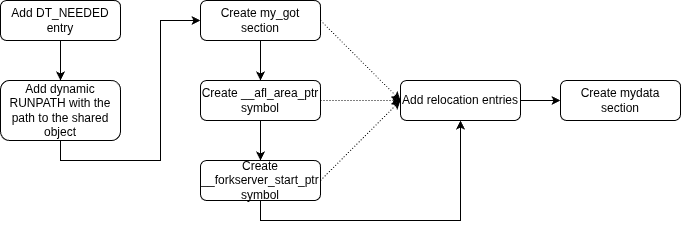
Above: tesi/Images/BinaryModification.png in sk0x53/Tesi (draw.io), before the change. Source tidied: cells renumbered, new cells last; positions are measured from the earlier drawing's top-left corner, leaving out a move shared by most shapes. Its diagram source:
```xml
<mxGraphModel>
  <root>
    <mxCell id="0" />
    <mxCell id="1" parent="0" />
    <mxCell id="2" value="Add DT_NEEDED entry" style="rounded=1;whiteSpace=wrap;html=1;" parent="1" vertex="1">
      <mxGeometry width="120" height="40" as="geometry" />
    </mxCell>
    <mxCell id="3" value="Add dynamic RUNPATH with the path to the shared object" style="rounded=1;whiteSpace=wrap;html=1;" parent="1" vertex="1">
      <mxGeometry y="80" width="120" height="60" as="geometry" />
    </mxCell>
    <mxCell id="4" value="Create my_got section" style="rounded=1;whiteSpace=wrap;html=1;" parent="1" vertex="1">
      <mxGeometry x="200" width="120" height="40" as="geometry" />
    </mxCell>
    <mxCell id="5" value="Create __afl_area_ptr symbol" style="rounded=1;whiteSpace=wrap;html=1;" parent="1" vertex="1">
      <mxGeometry x="200" y="80" width="120" height="40" as="geometry" />
    </mxCell>
    <mxCell id="6" value="Create __forkserver_start_ptr symbol" style="rounded=1;whiteSpace=wrap;html=1;" parent="1" vertex="1">
      <mxGeometry x="200" y="160" width="120" height="40" as="geometry" />
    </mxCell>
    <mxCell id="7" style="endArrow=classic;html=1;rounded=0;exitX=0.5;exitY=1;exitDx=0;exitDy=0;entryX=0.5;entryY=0;entryDx=0;entryDy=0;" parent="1" edge="1" source="2" target="3">
      <mxGeometry relative="1" as="geometry" />
    </mxCell>
    <mxCell id="8" style="endArrow=classic;html=1;rounded=0;entryX=0;entryY=0.5;entryDx=0;entryDy=0;exitX=0.5;exitY=1;exitDx=0;exitDy=0;" parent="1" edge="1" source="3" target="4">
      <mxGeometry relative="1" as="geometry">
        <Array as="points">
          <mxPoint x="60" y="160" />
          <mxPoint x="160" y="160" />
          <mxPoint x="160" y="20" />
        </Array>
      </mxGeometry>
    </mxCell>
    <mxCell id="9" style="endArrow=classic;html=1;rounded=0;exitX=0.5;exitY=1;exitDx=0;exitDy=0;entryX=0.5;entryY=0;entryDx=0;entryDy=0;" parent="1" edge="1" source="4" target="5">
      <mxGeometry relative="1" as="geometry" />
    </mxCell>
    <mxCell id="10" style="endArrow=classic;html=1;rounded=0;exitX=0.5;exitY=1;exitDx=0;exitDy=0;entryX=0.5;entryY=0;entryDx=0;entryDy=0;" parent="1" edge="1" source="5" target="6">
      <mxGeometry relative="1" as="geometry" />
    </mxCell>
    <mxCell id="11" value="Add relocation entries" style="rounded=1;whiteSpace=wrap;html=1;" parent="1" vertex="1">
      <mxGeometry x="400" y="80" width="120" height="40" as="geometry" />
    </mxCell>
    <mxCell id="12" style="endArrow=classic;html=1;rounded=0;exitX=1;exitY=0.5;exitDx=0;exitDy=0;entryX=0;entryY=0.5;entryDx=0;entryDy=0;dashed=1;dashPattern=1 2;" parent="1" edge="1" source="4" target="11">
      <mxGeometry relative="1" as="geometry" />
    </mxCell>
    <mxCell id="13" style="endArrow=classic;html=1;rounded=0;exitX=1;exitY=0.5;exitDx=0;exitDy=0;entryX=0;entryY=0.5;entryDx=0;entryDy=0;dashed=1;dashPattern=1 2;" parent="1" edge="1" source="5" target="11">
      <mxGeometry relative="1" as="geometry" />
    </mxCell>
    <mxCell id="14" style="endArrow=classic;html=1;rounded=0;exitX=1;exitY=0.5;exitDx=0;exitDy=0;entryX=0;entryY=0.5;entryDx=0;entryDy=0;dashed=1;dashPattern=1 2;" parent="1" edge="1" source="6" target="11">
      <mxGeometry relative="1" as="geometry" />
    </mxCell>
    <mxCell id="15" style="endArrow=classic;html=1;rounded=0;entryX=0.5;entryY=1;entryDx=0;entryDy=0;exitX=0.5;exitY=1;exitDx=0;exitDy=0;" parent="1" edge="1" source="6" target="11">
      <mxGeometry relative="1" as="geometry">
        <Array as="points">
          <mxPoint x="260" y="220" />
          <mxPoint x="460" y="220" />
        </Array>
      </mxGeometry>
    </mxCell>
    <mxCell id="16" value="Create mydata section" style="rounded=1;whiteSpace=wrap;html=1;" parent="1" vertex="1">
      <mxGeometry x="560" y="80" width="120" height="40" as="geometry" />
    </mxCell>
    <mxCell id="17" style="endArrow=classic;html=1;rounded=0;exitX=1;exitY=0.5;exitDx=0;exitDy=0;entryX=0;entryY=0.5;entryDx=0;entryDy=0;" parent="1" edge="1" source="11" target="16">
      <mxGeometry relative="1" as="geometry" />
    </mxCell>
  </root>
</mxGraphModel>
```
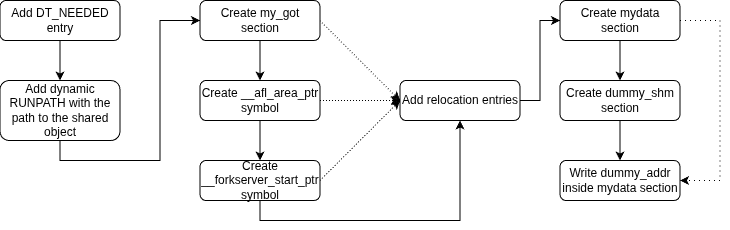
Above is the later version.

Diff of the diagram source:
```diff
@@ -56,10 +56,35 @@
       </mxGeometry>
     </mxCell>
     <mxCell id="16" value="Create mydata section" style="rounded=1;whiteSpace=wrap;html=1;" parent="1" vertex="1">
-      <mxGeometry x="560" y="80" width="120" height="40" as="geometry" />
+      <mxGeometry x="560" width="120" height="40" as="geometry" />
     </mxCell>
     <mxCell id="17" style="endArrow=classic;html=1;rounded=0;exitX=1;exitY=0.5;exitDx=0;exitDy=0;entryX=0;entryY=0.5;entryDx=0;entryDy=0;" parent="1" edge="1" source="11" target="16">
-      <mxGeometry relative="1" as="geometry" />
+      <mxGeometry relative="1" as="geometry">
+        <Array as="points">
+          <mxPoint x="540" y="100" />
+          <mxPoint x="540" y="20" />
+        </Array>
+      </mxGeometry>
     </mxCell>
+    <mxCell id="18" value="Create dummy_shm section" style="rounded=1;whiteSpace=wrap;html=1;" parent="1" vertex="1">
+      <mxGeometry x="560" y="80" width="120" height="40" as="geometry" />
+    </mxCell>
+    <mxCell id="19" style="endArrow=classic;html=1;rounded=0;exitX=0.5;exitY=1;exitDx=0;exitDy=0;entryX=0.5;entryY=0;entryDx=0;entryDy=0;" parent="1" edge="1" source="16" target="18">
+      <mxGeometry relative="1" as="geometry" />
+    </mxCell>
+    <mxCell id="20" value="Write dummy_addr inside mydata section" style="rounded=1;whiteSpace=wrap;html=1;" parent="1" vertex="1">
+      <mxGeometry x="560" y="160" width="120" height="40" as="geometry" />
+    </mxCell>
+    <mxCell id="21" style="endArrow=classic;html=1;rounded=0;exitX=0.5;exitY=1;exitDx=0;exitDy=0;entryX=0.5;entryY=0;entryDx=0;entryDy=0;" parent="1" edge="1" source="18" target="20">
+      <mxGeometry relative="1" as="geometry" />
+    </mxCell>
+    <mxCell id="22" style="endArrow=classic;html=1;rounded=0;exitX=1;exitY=0.5;exitDx=0;exitDy=0;entryX=1;entryY=0.5;entryDx=0;entryDy=0;dashed=1;dashPattern=1 4;" parent="1" edge="1" source="16" target="20">
+      <mxGeometry relative="1" as="geometry">
+        <Array as="points">
+          <mxPoint x="720" y="20" />
+          <mxPoint x="720" y="180" />
+        </Array>
+      </mxGeometry>
+    </mxCell>
   </root>
 </mxGraphModel>
```
